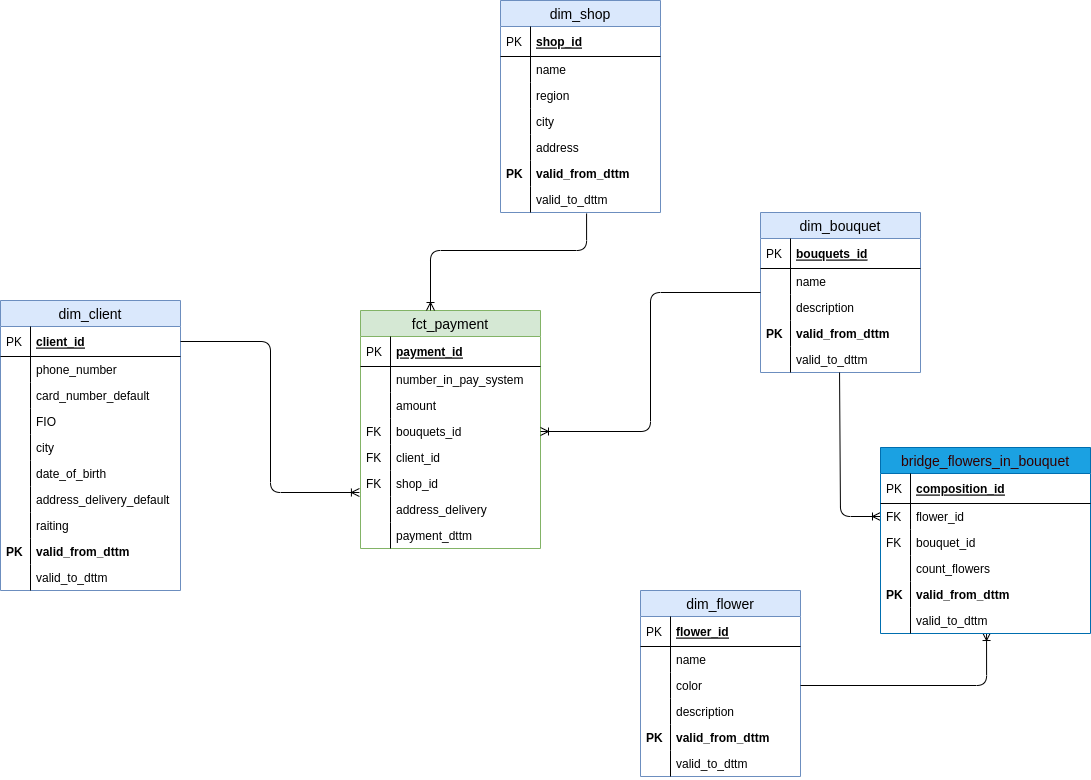
PPPirogov/Karpov_course keeps this draw.io diagram as доставка цветов-по Кимбаллу.drawio.png. Above is the earlier version. Source tidied: cells renumbered, new cells last; positions are measured from the earlier drawing's top-left corner, leaving out a move shared by most shapes.
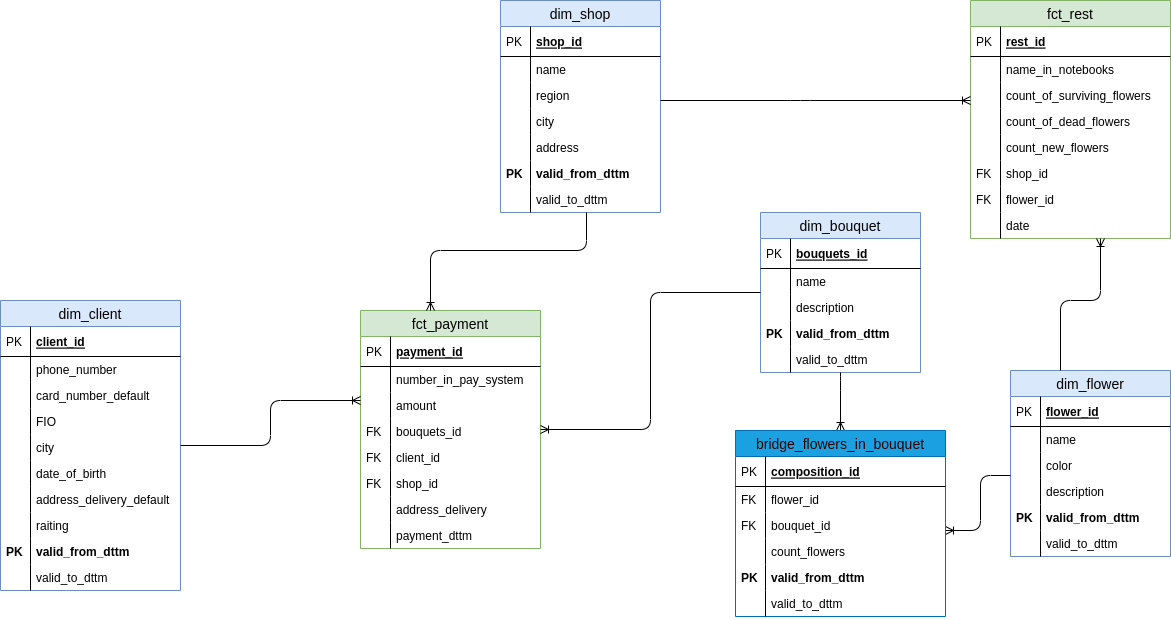
Above is the later version.

Change to the diagram source:
```diff
@@ -149,10 +149,15 @@
     <mxCell id="50" style="shape=partialRectangle;top=0;left=0;bottom=0;fillColor=none;align=left;verticalAlign=top;spacingLeft=4;spacingRight=4;overflow=hidden;fontSize=12;" parent="49" vertex="1">
       <mxGeometry width="30" height="26" as="geometry" />
     </mxCell>
-    <mxCell id="51" style="edgeStyle=orthogonalEdgeStyle;fontSize=12;html=1;endArrow=ERoneToMany;entryX=-0.006;entryY=-0.154;entryDx=0;entryDy=0;entryPerimeter=0;exitX=1;exitY=0.5;exitDx=0;exitDy=0;" parent="1" edge="1" source="31" target="15">
-      <mxGeometry relative="1" as="geometry" />
+    <mxCell id="51" style="edgeStyle=orthogonalEdgeStyle;fontSize=12;html=1;endArrow=ERoneToMany;" parent="1" edge="1" source="30" target="2">
+      <mxGeometry relative="1" as="geometry">
+        <Array as="points">
+          <mxPoint x="270" y="445" />
+          <mxPoint x="270" y="400" />
+        </Array>
+      </mxGeometry>
     </mxCell>
-    <mxCell id="52" style="edgeStyle=orthogonalEdgeStyle;fontSize=12;html=1;endArrow=ERoneToMany;exitX=0;exitY=0.923;exitDx=0;exitDy=0;exitPerimeter=0;entryX=1;entryY=0.5;entryDx=0;entryDy=0;" parent="1" edge="1" source="22" target="9">
+    <mxCell id="52" style="edgeStyle=orthogonalEdgeStyle;fontSize=12;html=1;endArrow=ERoneToMany;" parent="1" edge="1" source="19" target="2">
       <mxGeometry relative="1" as="geometry" />
     </mxCell>
     <mxCell id="53" value="dim_shop" style="swimlane;fontStyle=0;horizontal=1;startSize=26;fillColor=#dae8fc;swimlaneFillColor=#ffffff;align=center;fontSize=14;strokeColor=#6c8ebf;" parent="1" vertex="1">
@@ -200,7 +205,7 @@
     <mxCell id="67" style="shape=partialRectangle;top=0;left=0;bottom=0;fillColor=none;align=left;verticalAlign=top;spacingLeft=4;spacingRight=4;overflow=hidden;fontSize=12;" parent="66" vertex="1">
       <mxGeometry width="30" height="26" as="geometry" />
     </mxCell>
-    <mxCell id="68" style="edgeStyle=orthogonalEdgeStyle;fontSize=12;html=1;endArrow=ERoneToMany;exitX=0.538;exitY=1.038;exitDx=0;exitDy=0;exitPerimeter=0;" parent="1" edge="1" source="66" target="2">
+    <mxCell id="68" style="edgeStyle=orthogonalEdgeStyle;fontSize=12;html=1;endArrow=ERoneToMany;" parent="1" edge="1" source="53" target="2">
       <mxGeometry relative="1" as="geometry">
         <Array as="points">
           <mxPoint x="586" y="250" />
@@ -209,7 +214,7 @@
       </mxGeometry>
     </mxCell>
     <mxCell id="69" value="dim_flower" style="swimlane;fontStyle=0;horizontal=1;startSize=26;fillColor=#dae8fc;swimlaneFillColor=#ffffff;align=center;fontSize=14;strokeColor=#6c8ebf;" parent="1" vertex="1">
-      <mxGeometry x="640" y="590" width="160" height="186" as="geometry" />
+      <mxGeometry x="1010" y="370" width="160" height="186" as="geometry" />
     </mxCell>
     <mxCell id="70" value="flower_id" style="shape=partialRectangle;top=0;left=0;right=0;bottom=1;align=left;verticalAlign=middle;fillColor=none;spacingLeft=34;spacingRight=4;overflow=hidden;fontStyle=5;fontSize=12;" parent="69" vertex="1">
       <mxGeometry y="26" width="160" height="30" as="geometry" />
@@ -247,18 +252,23 @@
     <mxCell id="81" style="shape=partialRectangle;top=0;left=0;bottom=0;fillColor=none;align=left;verticalAlign=top;spacingLeft=4;spacingRight=4;overflow=hidden;fontSize=12;" parent="80" vertex="1">
       <mxGeometry width="30" height="26" as="geometry" />
     </mxCell>
-    <mxCell id="82" style="fontSize=12;html=1;endArrow=ERoneToMany;edgeStyle=elbowEdgeStyle;entryX=0;entryY=0.5;entryDx=0;entryDy=0;exitX=0.494;exitY=1;exitDx=0;exitDy=0;exitPerimeter=0;" parent="1" edge="1" source="28" target="87">
+    <mxCell id="82" style="fontSize=12;html=1;endArrow=ERoneToMany;edgeStyle=elbowEdgeStyle;" parent="1" edge="1" source="19" target="84">
       <mxGeometry relative="1" as="geometry">
         <Array as="points">
           <mxPoint x="840" y="380" />
         </Array>
       </mxGeometry>
     </mxCell>
-    <mxCell id="83" style="edgeStyle=orthogonalEdgeStyle;fontSize=12;html=1;endArrow=ERoneToMany;exitX=1;exitY=0.5;exitDx=0;exitDy=0;entryX=0.505;entryY=0.962;entryDx=0;entryDy=0;entryPerimeter=0;" parent="1" edge="1" source="74" target="95">
-      <mxGeometry relative="1" as="geometry" />
+    <mxCell id="83" style="edgeStyle=orthogonalEdgeStyle;fontSize=12;html=1;endArrow=ERoneToMany;" parent="1" edge="1" source="69" target="84">
+      <mxGeometry relative="1" as="geometry">
+        <Array as="points">
+          <mxPoint x="980" y="475" />
+          <mxPoint x="980" y="530" />
+        </Array>
+      </mxGeometry>
     </mxCell>
     <mxCell id="84" value="bridge_flowers_in_bouquet" style="swimlane;fontStyle=0;horizontal=1;startSize=26;fillColor=#1ba1e2;swimlaneFillColor=#ffffff;align=center;fontSize=14;strokeColor=#006EAF;fontColor=#330000;" parent="1" vertex="1">
-      <mxGeometry x="880" y="447" width="210" height="186" as="geometry" />
+      <mxGeometry x="735" y="430" width="210" height="186" as="geometry" />
     </mxCell>
     <mxCell id="85" value="composition_id" style="shape=partialRectangle;top=0;left=0;right=0;bottom=1;align=left;verticalAlign=middle;fillColor=none;spacingLeft=34;spacingRight=4;overflow=hidden;fontStyle=5;fontSize=12;" parent="84" vertex="1">
       <mxGeometry y="26" width="210" height="30" as="geometry" />
@@ -296,5 +306,72 @@
     <mxCell id="96" style="shape=partialRectangle;top=0;left=0;bottom=0;fillColor=none;align=left;verticalAlign=top;spacingLeft=4;spacingRight=4;overflow=hidden;fontSize=12;" parent="95" vertex="1">
       <mxGeometry width="30" height="26" as="geometry" />
     </mxCell>
+    <mxCell id="97" value="fct_rest" style="swimlane;fontStyle=0;horizontal=1;startSize=26;fillColor=#d5e8d4;swimlaneFillColor=#ffffff;align=center;fontSize=14;strokeColor=#82b366;" parent="1" vertex="1">
+      <mxGeometry x="970" width="200" height="238" as="geometry" />
+    </mxCell>
+    <mxCell id="98" value="rest_id" style="shape=partialRectangle;top=0;left=0;right=0;bottom=1;align=left;verticalAlign=middle;fillColor=none;spacingLeft=34;spacingRight=4;overflow=hidden;fontStyle=5;fontSize=12;" parent="97" vertex="1">
+      <mxGeometry y="26" width="200" height="30" as="geometry" />
+    </mxCell>
+    <mxCell id="99" value="PK" style="shape=partialRectangle;top=0;left=0;bottom=0;fillColor=none;align=left;verticalAlign=middle;spacingLeft=4;spacingRight=4;overflow=hidden;fontSize=12;" parent="98" vertex="1">
+      <mxGeometry width="30" height="30" as="geometry" />
+    </mxCell>
+    <mxCell id="100" value="name_in_notebooks" style="shape=partialRectangle;top=0;left=0;right=0;bottom=0;align=left;verticalAlign=top;fillColor=none;spacingLeft=34;spacingRight=4;overflow=hidden;fontSize=12;" parent="97" vertex="1">
+      <mxGeometry y="56" width="200" height="26" as="geometry" />
+    </mxCell>
+    <mxCell id="101" style="shape=partialRectangle;top=0;left=0;bottom=0;fillColor=none;align=left;verticalAlign=top;spacingLeft=4;spacingRight=4;overflow=hidden;fontSize=12;" parent="100" vertex="1">
+      <mxGeometry width="30" height="26" as="geometry" />
+    </mxCell>
+    <mxCell id="102" value="count_of_surviving_flowers" style="shape=partialRectangle;top=0;left=0;right=0;bottom=0;align=left;verticalAlign=top;fillColor=none;spacingLeft=34;spacingRight=4;overflow=hidden;fontSize=12;" parent="97" vertex="1">
+      <mxGeometry y="82" width="200" height="26" as="geometry" />
+    </mxCell>
+    <mxCell id="103" style="shape=partialRectangle;top=0;left=0;bottom=0;fillColor=none;align=left;verticalAlign=top;spacingLeft=4;spacingRight=4;overflow=hidden;fontSize=12;" parent="102" vertex="1">
+      <mxGeometry width="30" height="26" as="geometry" />
+    </mxCell>
+    <mxCell id="104" value="count_of_dead_flowers" style="shape=partialRectangle;top=0;left=0;right=0;bottom=0;align=left;verticalAlign=top;fillColor=none;spacingLeft=34;spacingRight=4;overflow=hidden;fontSize=12;" parent="97" vertex="1">
+      <mxGeometry y="108" width="200" height="26" as="geometry" />
+    </mxCell>
+    <mxCell id="105" style="shape=partialRectangle;top=0;left=0;bottom=0;fillColor=none;align=left;verticalAlign=top;spacingLeft=4;spacingRight=4;overflow=hidden;fontSize=12;" parent="104" vertex="1">
+      <mxGeometry width="30" height="26" as="geometry" />
+    </mxCell>
+    <mxCell id="106" value="count_new_flowers" style="shape=partialRectangle;top=0;left=0;right=0;bottom=0;align=left;verticalAlign=top;fillColor=none;spacingLeft=34;spacingRight=4;overflow=hidden;fontSize=12;" parent="97" vertex="1">
+      <mxGeometry y="134" width="200" height="26" as="geometry" />
+    </mxCell>
+    <mxCell id="107" style="shape=partialRectangle;top=0;left=0;bottom=0;fillColor=none;align=left;verticalAlign=top;spacingLeft=4;spacingRight=4;overflow=hidden;fontSize=12;" parent="106" vertex="1">
+      <mxGeometry width="30" height="26" as="geometry" />
+    </mxCell>
+    <mxCell id="108" value="shop_id" style="shape=partialRectangle;top=0;left=0;right=0;bottom=0;align=left;verticalAlign=top;fillColor=none;spacingLeft=34;spacingRight=4;overflow=hidden;fontSize=12;" parent="97" vertex="1">
+      <mxGeometry y="160" width="200" height="26" as="geometry" />
+    </mxCell>
+    <mxCell id="109" value="FK" style="shape=partialRectangle;top=0;left=0;bottom=0;fillColor=none;align=left;verticalAlign=top;spacingLeft=4;spacingRight=4;overflow=hidden;fontSize=12;" parent="108" vertex="1">
+      <mxGeometry width="30" height="26" as="geometry" />
+    </mxCell>
+    <mxCell id="110" value="flower_id" style="shape=partialRectangle;top=0;left=0;right=0;bottom=0;align=left;verticalAlign=top;fillColor=none;spacingLeft=34;spacingRight=4;overflow=hidden;fontSize=12;" parent="97" vertex="1">
+      <mxGeometry y="186" width="200" height="26" as="geometry" />
+    </mxCell>
+    <mxCell id="111" value="FK" style="shape=partialRectangle;top=0;left=0;bottom=0;fillColor=none;align=left;verticalAlign=top;spacingLeft=4;spacingRight=4;overflow=hidden;fontSize=12;" parent="110" vertex="1">
+      <mxGeometry width="30" height="26" as="geometry" />
+    </mxCell>
+    <mxCell id="112" value="date" style="shape=partialRectangle;top=0;left=0;right=0;bottom=0;align=left;verticalAlign=top;fillColor=none;spacingLeft=34;spacingRight=4;overflow=hidden;fontSize=12;" parent="97" vertex="1">
+      <mxGeometry y="212" width="200" height="26" as="geometry" />
+    </mxCell>
+    <mxCell id="113" style="shape=partialRectangle;top=0;left=0;bottom=0;fillColor=none;align=left;verticalAlign=top;spacingLeft=4;spacingRight=4;overflow=hidden;fontSize=12;" parent="112" vertex="1">
+      <mxGeometry width="30" height="26" as="geometry" />
+    </mxCell>
+    <mxCell id="114" style="edgeStyle=orthogonalEdgeStyle;fontSize=12;html=1;endArrow=ERoneToMany;" parent="1" edge="1" source="53" target="97">
+      <mxGeometry relative="1" as="geometry">
+        <Array as="points">
+          <mxPoint x="800" y="100" />
+          <mxPoint x="800" y="100" />
+        </Array>
+      </mxGeometry>
+    </mxCell>
+    <mxCell id="115" style="edgeStyle=orthogonalEdgeStyle;fontSize=12;html=1;endArrow=ERoneToMany;" parent="1" edge="1" source="69" target="97">
+      <mxGeometry relative="1" as="geometry">
+        <Array as="points">
+          <mxPoint x="1060" y="300" />
+          <mxPoint x="1100" y="300" />
+        </Array>
+      </mxGeometry>
+    </mxCell>
   </root>
 </mxGraphModel>
```
